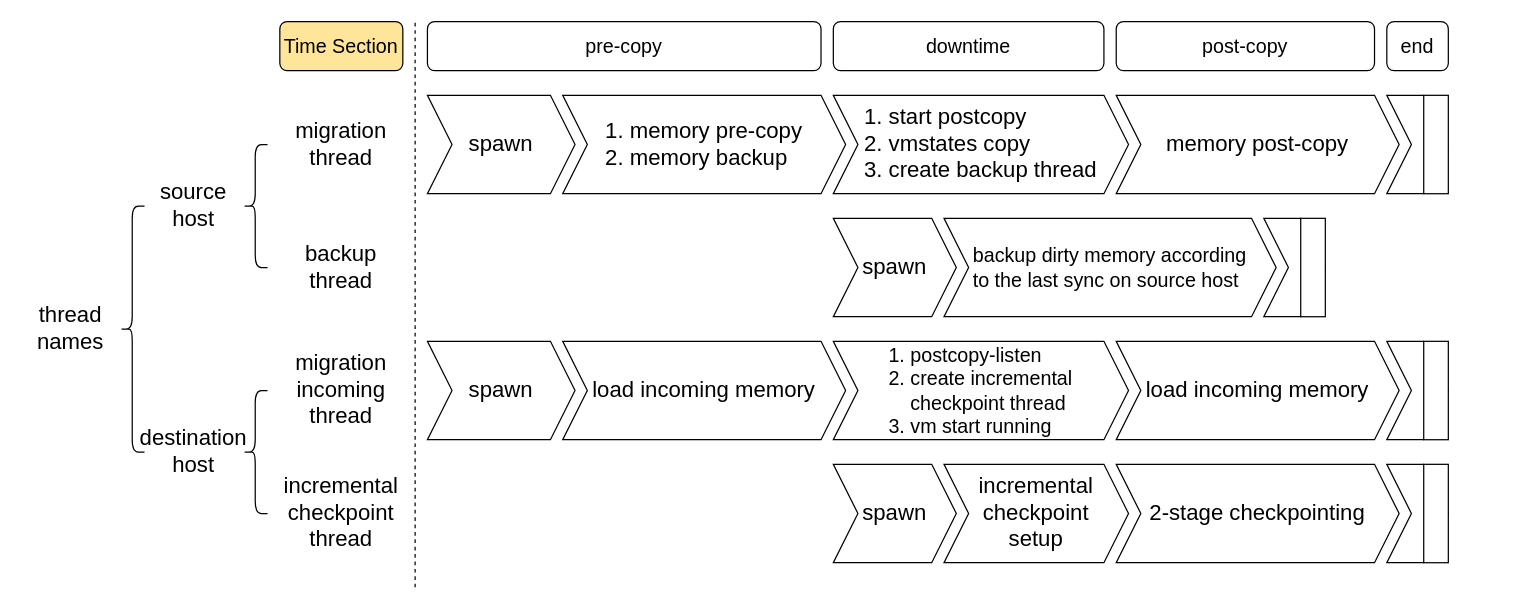
This is final/thread flows.drawio from xuyizhe1999/drawio, a draw.io file, before an edit. Source tidied: cells renumbered, new cells numbered last; positions are measured from the earlier drawing's top-left corner, leaving out a move shared by most shapes. Both pictures are drawn from the tidied source at 123%, with x=0, y=0 at pixel (21, 21).
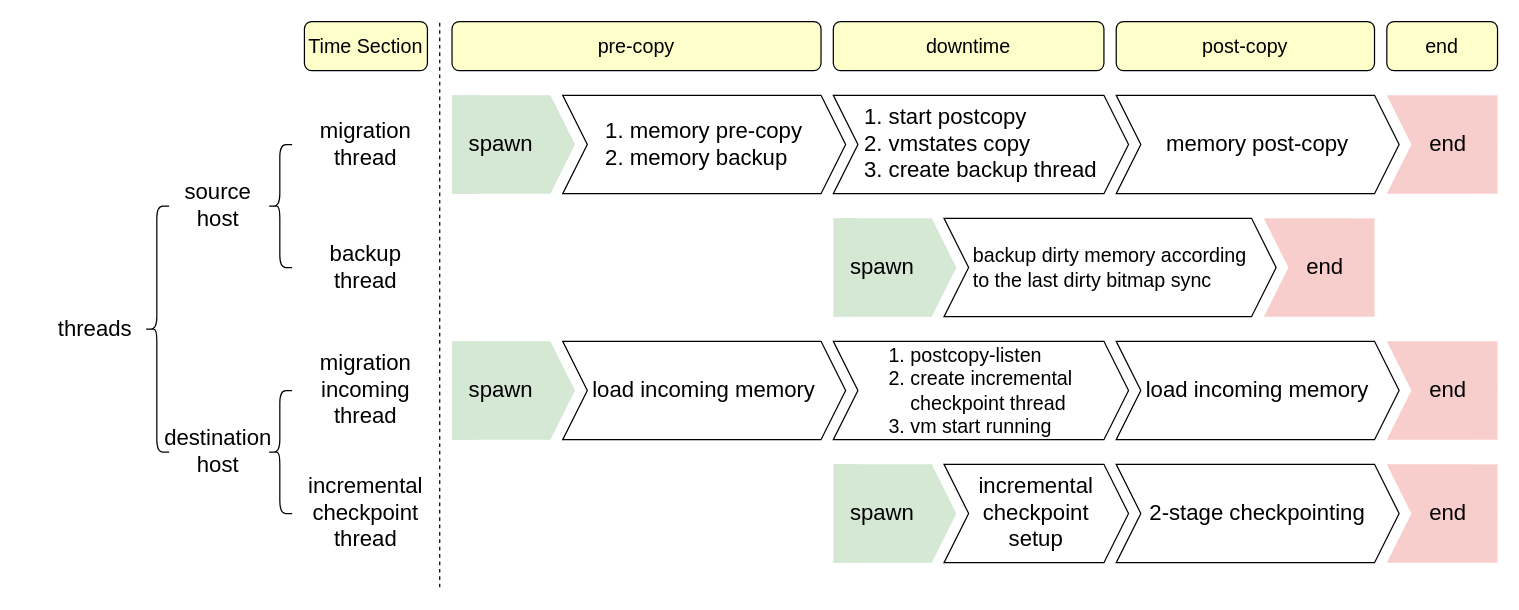
After the change.

Change to the diagram source:
```diff
@@
-    <mxCell id="2" value="&lt;font style=&quot;font-size: 18px;&quot;&gt;spawn&lt;/font&gt;" style="shape=step;perimeter=stepPerimeter;whiteSpace=wrap;html=1;fixedSize=1;" parent="1" vertex="1">
-      <mxGeometry x="330" y="60" width="120" height="80" as="geometry" />
-    </mxCell>
     <mxCell id="3" value="&lt;font style=&quot;font-size: 18px;&quot;&gt;migration thread&lt;/font&gt;" style="text;html=1;strokeColor=none;fillColor=none;align=center;verticalAlign=middle;whiteSpace=wrap;rounded=0;" parent="1" vertex="1">
-      <mxGeometry x="220" y="80" width="80" height="40" as="geometry" />
+      <mxGeometry x="240" y="80" width="80" height="40" as="geometry" />
     </mxCell>
-    <mxCell id="4" value="&lt;font size=&quot;3&quot;&gt;pre-copy&lt;/font&gt;" style="rounded=1;whiteSpace=wrap;html=1;" parent="1" vertex="1">
-      <mxGeometry x="330" width="320" height="40" as="geometry" />
+    <mxCell id="4" value="&lt;font size=&quot;3&quot;&gt;pre-copy&lt;/font&gt;" style="rounded=1;whiteSpace=wrap;html=1;fillColor=#FFFFCC;" parent="1" vertex="1">
+      <mxGeometry x="350" width="300" height="40" as="geometry" />
     </mxCell>
-    <mxCell id="5" value="&lt;font style=&quot;font-size: 18px;&quot;&gt;thread&lt;br&gt;names&lt;/font&gt;" style="text;html=1;strokeColor=none;fillColor=none;align=center;verticalAlign=middle;whiteSpace=wrap;rounded=0;" parent="1" vertex="1">
-      <mxGeometry y="230" width="80" height="40" as="geometry" />
+    <mxCell id="5" value="&lt;font style=&quot;font-size: 18px;&quot;&gt;threads&lt;/font&gt;" style="text;html=1;strokeColor=none;fillColor=none;align=center;verticalAlign=middle;whiteSpace=wrap;rounded=0;" parent="1" vertex="1">
+      <mxGeometry x="20" y="230" width="80" height="40" as="geometry" />
     </mxCell>
-    <mxCell id="6" value="&lt;font size=&quot;3&quot;&gt;Time Section&lt;/font&gt;" style="rounded=1;whiteSpace=wrap;html=1;fillColor=#FFE599;" parent="1" vertex="1">
-      <mxGeometry x="210" width="100" height="40" as="geometry" />
+    <mxCell id="6" value="&lt;font size=&quot;3&quot;&gt;Time Section&lt;/font&gt;" style="rounded=1;whiteSpace=wrap;html=1;fillColor=#FFFFCC;" parent="1" vertex="1">
+      <mxGeometry x="230" width="100" height="40" as="geometry" />
     </mxCell>
     <mxCell id="7" value="&lt;font style=&quot;font-size: 18px;&quot;&gt;backup thread&lt;/font&gt;" style="text;html=1;strokeColor=none;fillColor=none;align=center;verticalAlign=middle;whiteSpace=wrap;rounded=0;" parent="1" vertex="1">
-      <mxGeometry x="220" y="180" width="80" height="40" as="geometry" />
+      <mxGeometry x="240" y="180" width="80" height="40" as="geometry" />
     </mxCell>
-    <mxCell id="8" value="&lt;font style=&quot;font-size: 18px;&quot;&gt;spawn&lt;/font&gt;" style="shape=step;perimeter=stepPerimeter;whiteSpace=wrap;html=1;fixedSize=1;" parent="1" vertex="1">
-      <mxGeometry x="330" y="260" width="120" height="80" as="geometry" />
-    </mxCell>
     <mxCell id="9" value="&lt;font style=&quot;font-size: 18px;&quot;&gt;migration incoming thread&lt;/font&gt;" style="text;html=1;strokeColor=none;fillColor=none;align=center;verticalAlign=middle;whiteSpace=wrap;rounded=0;" parent="1" vertex="1">
-      <mxGeometry x="220" y="280" width="80" height="40" as="geometry" />
+      <mxGeometry x="240" y="280" width="80" height="40" as="geometry" />
     </mxCell>
     <mxCell id="10" value="&lt;font style=&quot;font-size: 18px;&quot;&gt;incremental checkpoint thread&lt;/font&gt;" style="text;html=1;strokeColor=none;fillColor=none;align=center;verticalAlign=middle;whiteSpace=wrap;rounded=0;" parent="1" vertex="1">
-      <mxGeometry x="220" y="380" width="80" height="40" as="geometry" />
+      <mxGeometry x="240" y="380" width="80" height="40" as="geometry" />
     </mxCell>
     <mxCell id="11" style="shape=curlyBracket;whiteSpace=wrap;html=1;rounded=1;labelPosition=left;verticalLabelPosition=middle;align=right;verticalAlign=middle;" parent="1" vertex="1">
-      <mxGeometry x="80" y="150" width="20" height="200" as="geometry" />
+      <mxGeometry x="100" y="150" width="20" height="200" as="geometry" />
     </mxCell>
     <mxCell id="12" value="&lt;span style=&quot;font-size: 18px;&quot;&gt;source host&lt;/span&gt;" style="text;html=1;strokeColor=none;fillColor=none;align=center;verticalAlign=middle;whiteSpace=wrap;rounded=0;" parent="1" vertex="1">
-      <mxGeometry x="100" y="130" width="80" height="40" as="geometry" />
+      <mxGeometry x="120" y="130" width="80" height="40" as="geometry" />
     </mxCell>
     <mxCell id="13" style="shape=curlyBracket;whiteSpace=wrap;html=1;rounded=1;labelPosition=left;verticalLabelPosition=middle;align=right;verticalAlign=middle;" parent="1" vertex="1">
-      <mxGeometry x="180" y="100" width="20" height="100" as="geometry" />
+      <mxGeometry x="200" y="100" width="20" height="100" as="geometry" />
     </mxCell>
     <mxCell id="14" value="&lt;span style=&quot;font-size: 18px;&quot;&gt;destination host&lt;/span&gt;" style="text;html=1;strokeColor=none;fillColor=none;align=center;verticalAlign=middle;whiteSpace=wrap;rounded=0;" parent="1" vertex="1">
-      <mxGeometry x="100" y="330" width="80" height="40" as="geometry" />
+      <mxGeometry x="120" y="330" width="80" height="40" as="geometry" />
     </mxCell>
     <mxCell id="15" style="shape=curlyBracket;whiteSpace=wrap;html=1;rounded=1;labelPosition=left;verticalLabelPosition=middle;align=right;verticalAlign=middle;" parent="1" vertex="1">
-      <mxGeometry x="180" y="300" width="20" height="100" as="geometry" />
+      <mxGeometry x="200" y="300" width="20" height="100" as="geometry" />
     </mxCell>
     <mxCell id="16" style="endArrow=none;dashed=1;html=1;rounded=0;" parent="1" edge="1">
       <mxGeometry relative="1" as="geometry">
-        <mxPoint x="320" y="460" as="sourcePoint" />
-        <mxPoint x="320" as="targetPoint" />
+        <mxPoint x="340" y="460" as="sourcePoint" />
+        <mxPoint x="340" as="targetPoint" />
       </mxGeometry>
     </mxCell>
@@
-    <mxCell id="18" value="&lt;font size=&quot;3&quot;&gt;downtime&lt;/font&gt;" style="rounded=1;whiteSpace=wrap;html=1;" parent="1" vertex="1">
+    <mxCell id="18" value="&lt;font size=&quot;3&quot;&gt;downtime&lt;/font&gt;" style="rounded=1;whiteSpace=wrap;html=1;fillColor=#FFFFCC;" parent="1" vertex="1">
       <mxGeometry x="660" width="220" height="40" as="geometry" />
     </mxCell>
-    <mxCell id="19" value="&lt;font style=&quot;font-size: 18px;&quot;&gt;spawn&lt;/font&gt;" style="shape=step;perimeter=stepPerimeter;whiteSpace=wrap;html=1;fixedSize=1;" parent="1" vertex="1">
-      <mxGeometry x="660" y="160" width="100" height="80" as="geometry" />
-    </mxCell>
-    <mxCell id="20" value="&lt;font style=&quot;font-size: 18px;&quot;&gt;spawn&lt;/font&gt;" style="shape=step;perimeter=stepPerimeter;whiteSpace=wrap;html=1;fixedSize=1;" parent="1" vertex="1">
-      <mxGeometry x="660" y="360" width="100" height="80" as="geometry" />
-    </mxCell>
@@
-    <mxCell id="23" value="&lt;font size=&quot;3&quot;&gt;post-copy&lt;/font&gt;" style="rounded=1;whiteSpace=wrap;html=1;" parent="1" vertex="1">
+    <mxCell id="23" value="&lt;font size=&quot;3&quot;&gt;post-copy&lt;/font&gt;" style="rounded=1;whiteSpace=wrap;html=1;fillColor=#FFFFCC;" parent="1" vertex="1">
       <mxGeometry x="890" width="210" height="40" as="geometry" />
     </mxCell>
-    <mxCell id="24" value="&lt;div style=&quot;text-align: left;&quot;&gt;&lt;font style=&quot;font-size: 16px;&quot;&gt;backup dirty memory&amp;nbsp;&lt;span style=&quot;background-color: initial;&quot;&gt;according&lt;/span&gt;&lt;/font&gt;&lt;/div&gt;&lt;div style=&quot;text-align: left;&quot;&gt;&lt;font style=&quot;font-size: 16px;&quot;&gt;&lt;span style=&quot;background-color: initial;&quot;&gt;to the last&amp;nbsp;&lt;/span&gt;&lt;span style=&quot;background-color: initial;&quot;&gt;sync&amp;nbsp;&lt;/span&gt;&lt;span style=&quot;background-color: initial;&quot;&gt;on source host&amp;nbsp;&lt;/span&gt;&lt;/font&gt;&lt;/div&gt;" style="shape=step;perimeter=stepPerimeter;whiteSpace=wrap;html=1;fixedSize=1;" parent="1" vertex="1">
+    <mxCell id="24" value="&lt;div style=&quot;text-align: left;&quot;&gt;&lt;font style=&quot;font-size: 16px;&quot;&gt;backup dirty memory&amp;nbsp;&lt;span style=&quot;background-color: initial;&quot;&gt;according&lt;/span&gt;&lt;/font&gt;&lt;/div&gt;&lt;div style=&quot;text-align: left;&quot;&gt;&lt;font style=&quot;font-size: 16px;&quot;&gt;&lt;span style=&quot;background-color: initial;&quot;&gt;to the last dirty bitmap&amp;nbsp;&lt;/span&gt;&lt;span style=&quot;background-color: initial;&quot;&gt;sync&lt;/span&gt;&lt;/font&gt;&lt;/div&gt;" style="shape=step;perimeter=stepPerimeter;whiteSpace=wrap;html=1;fixedSize=1;" parent="1" vertex="1">
       <mxGeometry x="750" y="160" width="270" height="80" as="geometry" />
     </mxCell>
@@
-    <mxCell id="30" style="shape=step;perimeter=stepPerimeter;whiteSpace=wrap;html=1;fixedSize=1;" parent="1" vertex="1">
-      <mxGeometry x="1010" y="160" width="50" height="80" as="geometry" />
-    </mxCell>
-    <mxCell id="31" style="rounded=0;whiteSpace=wrap;html=1;strokeColor=default;" parent="1" vertex="1">
-      <mxGeometry x="1040" y="160" width="20" height="80" as="geometry" />
-    </mxCell>
-    <mxCell id="32" style="shape=step;perimeter=stepPerimeter;whiteSpace=wrap;html=1;fixedSize=1;" parent="1" vertex="1">
-      <mxGeometry x="1110" y="60" width="50" height="80" as="geometry" />
+    <mxCell id="32" style="shape=step;perimeter=stepPerimeter;whiteSpace=wrap;html=1;fixedSize=1;fillColor=#F8CECC;strokeColor=none;" parent="1" vertex="1">
+      <mxGeometry x="1110" y="60" width="90" height="80" as="geometry" />
     </mxCell>
-    <mxCell id="33" style="rounded=0;whiteSpace=wrap;html=1;strokeColor=default;" parent="1" vertex="1">
-      <mxGeometry x="1140" y="60" width="20" height="80" as="geometry" />
+    <mxCell id="33" style="rounded=0;whiteSpace=wrap;html=1;strokeColor=none;fillColor=#F8CECC;" parent="1" vertex="1">
+      <mxGeometry x="1180" y="60" width="20" height="80" as="geometry" />
     </mxCell>
-    <mxCell id="34" style="shape=step;perimeter=stepPerimeter;whiteSpace=wrap;html=1;fixedSize=1;" parent="1" vertex="1">
-      <mxGeometry x="1110" y="260" width="50" height="80" as="geometry" />
-    </mxCell>
-    <mxCell id="35" style="rounded=0;whiteSpace=wrap;html=1;strokeColor=default;" parent="1" vertex="1">
-      <mxGeometry x="1140" y="260" width="20" height="80" as="geometry" />
-    </mxCell>
-    <mxCell id="36" style="shape=step;perimeter=stepPerimeter;whiteSpace=wrap;html=1;fixedSize=1;" parent="1" vertex="1">
-      <mxGeometry x="1110" y="360" width="50" height="80" as="geometry" />
-    </mxCell>
-    <mxCell id="37" style="rounded=0;whiteSpace=wrap;html=1;strokeColor=default;" parent="1" vertex="1">
-      <mxGeometry x="1140" y="360" width="20" height="80" as="geometry" />
-    </mxCell>
-    <mxCell id="38" value="&lt;font size=&quot;3&quot;&gt;end&lt;/font&gt;" style="rounded=1;whiteSpace=wrap;html=1;" parent="1" vertex="1">
-      <mxGeometry x="1110" width="50" height="40" as="geometry" />
+    <mxCell id="38" value="&lt;font size=&quot;3&quot;&gt;end&lt;/font&gt;" style="rounded=1;whiteSpace=wrap;html=1;fillColor=#FFFFCC;" parent="1" vertex="1">
+      <mxGeometry x="1110" width="90" height="40" as="geometry" />
     </mxCell>
+    <mxCell id="39" style="rounded=0;whiteSpace=wrap;html=1;fillColor=#D5E8D4;strokeColor=none;" parent="1" vertex="1">
+      <mxGeometry x="350" y="60" width="20" height="80" as="geometry" />
+    </mxCell>
+    <mxCell id="2" style="shape=step;perimeter=stepPerimeter;whiteSpace=wrap;html=1;fixedSize=1;fillColor=#D5E8D4;strokeColor=none;align=left;" parent="1" vertex="1">
+      <mxGeometry x="350" y="60" width="100" height="80" as="geometry" />
+    </mxCell>
+    <mxCell id="40" value="&lt;font style=&quot;font-size: 18px;&quot;&gt;spawn&lt;/font&gt;" style="text;html=1;strokeColor=none;fillColor=none;align=center;verticalAlign=middle;whiteSpace=wrap;rounded=0;" parent="1" vertex="1">
+      <mxGeometry x="350" y="80" width="80" height="40" as="geometry" />
+    </mxCell>
+    <mxCell id="41" style="rounded=0;whiteSpace=wrap;html=1;fillColor=#D5E8D4;strokeColor=none;" parent="1" vertex="1">
+      <mxGeometry x="660" y="160" width="20" height="80" as="geometry" />
+    </mxCell>
+    <mxCell id="42" style="shape=step;perimeter=stepPerimeter;whiteSpace=wrap;html=1;fixedSize=1;fillColor=#D5E8D4;strokeColor=none;align=left;" parent="1" vertex="1">
+      <mxGeometry x="660" y="160" width="100" height="80" as="geometry" />
+    </mxCell>
+    <mxCell id="43" value="&lt;font style=&quot;font-size: 18px;&quot;&gt;spawn&lt;/font&gt;" style="text;html=1;strokeColor=none;fillColor=none;align=center;verticalAlign=middle;whiteSpace=wrap;rounded=0;" parent="1" vertex="1">
+      <mxGeometry x="660" y="180" width="80" height="40" as="geometry" />
+    </mxCell>
+    <mxCell id="44" style="rounded=0;whiteSpace=wrap;html=1;fillColor=#D5E8D4;strokeColor=none;" parent="1" vertex="1">
+      <mxGeometry x="350" y="260" width="20" height="80" as="geometry" />
+    </mxCell>
+    <mxCell id="45" style="shape=step;perimeter=stepPerimeter;whiteSpace=wrap;html=1;fixedSize=1;fillColor=#D5E8D4;strokeColor=none;align=left;" parent="1" vertex="1">
+      <mxGeometry x="350" y="260" width="100" height="80" as="geometry" />
+    </mxCell>
+    <mxCell id="46" value="&lt;font style=&quot;font-size: 18px;&quot;&gt;spawn&lt;/font&gt;" style="text;html=1;strokeColor=none;fillColor=none;align=center;verticalAlign=middle;whiteSpace=wrap;rounded=0;" parent="1" vertex="1">
+      <mxGeometry x="350" y="280" width="80" height="40" as="geometry" />
+    </mxCell>
+    <mxCell id="47" style="rounded=0;whiteSpace=wrap;html=1;fillColor=#D5E8D4;strokeColor=none;" parent="1" vertex="1">
+      <mxGeometry x="660" y="360" width="20" height="80" as="geometry" />
+    </mxCell>
+    <mxCell id="48" style="shape=step;perimeter=stepPerimeter;whiteSpace=wrap;html=1;fixedSize=1;fillColor=#D5E8D4;strokeColor=none;align=left;" parent="1" vertex="1">
+      <mxGeometry x="660" y="360" width="100" height="80" as="geometry" />
+    </mxCell>
+    <mxCell id="49" value="&lt;font style=&quot;font-size: 18px;&quot;&gt;spawn&lt;/font&gt;" style="text;html=1;strokeColor=none;fillColor=none;align=center;verticalAlign=middle;whiteSpace=wrap;rounded=0;" parent="1" vertex="1">
+      <mxGeometry x="660" y="380" width="80" height="40" as="geometry" />
+    </mxCell>
+    <mxCell id="50" value="&lt;font style=&quot;font-size: 18px;&quot;&gt;end&lt;/font&gt;" style="text;html=1;strokeColor=none;fillColor=none;align=center;verticalAlign=middle;whiteSpace=wrap;rounded=0;" parent="1" vertex="1">
+      <mxGeometry x="1120" y="80" width="80" height="40" as="geometry" />
+    </mxCell>
+    <mxCell id="51" style="shape=step;perimeter=stepPerimeter;whiteSpace=wrap;html=1;fixedSize=1;fillColor=#F8CECC;strokeColor=none;" parent="1" vertex="1">
+      <mxGeometry x="1010" y="160" width="90" height="80" as="geometry" />
+    </mxCell>
+    <mxCell id="52" style="rounded=0;whiteSpace=wrap;html=1;strokeColor=none;fillColor=#F8CECC;" parent="1" vertex="1">
+      <mxGeometry x="1080" y="160" width="20" height="80" as="geometry" />
+    </mxCell>
+    <mxCell id="53" value="&lt;font style=&quot;font-size: 18px;&quot;&gt;end&lt;/font&gt;" style="text;html=1;strokeColor=none;fillColor=none;align=center;verticalAlign=middle;whiteSpace=wrap;rounded=0;" parent="1" vertex="1">
+      <mxGeometry x="1020" y="180" width="80" height="40" as="geometry" />
+    </mxCell>
+    <mxCell id="54" style="shape=step;perimeter=stepPerimeter;whiteSpace=wrap;html=1;fixedSize=1;fillColor=#F8CECC;strokeColor=none;" parent="1" vertex="1">
+      <mxGeometry x="1110" y="260" width="90" height="80" as="geometry" />
+    </mxCell>
+    <mxCell id="55" style="rounded=0;whiteSpace=wrap;html=1;strokeColor=none;fillColor=#F8CECC;" parent="1" vertex="1">
+      <mxGeometry x="1180" y="260" width="20" height="80" as="geometry" />
+    </mxCell>
+    <mxCell id="56" value="&lt;font style=&quot;font-size: 18px;&quot;&gt;end&lt;/font&gt;" style="text;html=1;strokeColor=none;fillColor=none;align=center;verticalAlign=middle;whiteSpace=wrap;rounded=0;" parent="1" vertex="1">
+      <mxGeometry x="1120" y="280" width="80" height="40" as="geometry" />
+    </mxCell>
+    <mxCell id="57" style="shape=step;perimeter=stepPerimeter;whiteSpace=wrap;html=1;fixedSize=1;fillColor=#F8CECC;strokeColor=none;" parent="1" vertex="1">
+      <mxGeometry x="1110" y="360" width="90" height="80" as="geometry" />
+    </mxCell>
+    <mxCell id="58" style="rounded=0;whiteSpace=wrap;html=1;strokeColor=none;fillColor=#F8CECC;" parent="1" vertex="1">
+      <mxGeometry x="1180" y="360" width="20" height="80" as="geometry" />
+    </mxCell>
+    <mxCell id="59" value="&lt;font style=&quot;font-size: 18px;&quot;&gt;end&lt;/font&gt;" style="text;html=1;strokeColor=none;fillColor=none;align=center;verticalAlign=middle;whiteSpace=wrap;rounded=0;" parent="1" vertex="1">
+      <mxGeometry x="1120" y="380" width="80" height="40" as="geometry" />
+    </mxCell>
```
